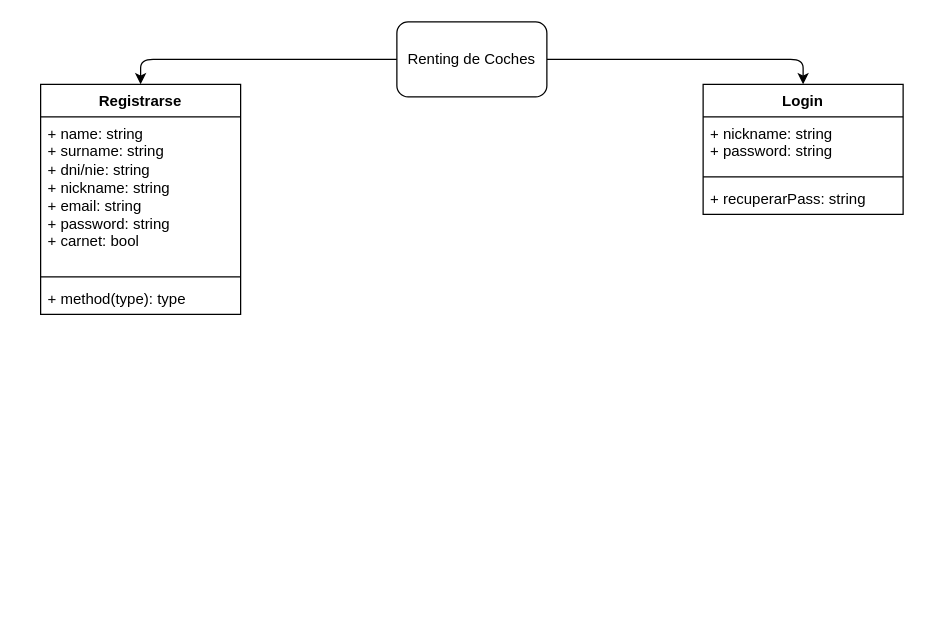
Above: UML.drawio in AngelSalgado555/POO_AngelS (draw.io), before the change. Source tidied: cells renumbered, new cells numbered last; positions are measured from the earlier drawing's top-left corner, leaving out a move shared by most shapes. Both pictures are drawn from the tidied source at 125%, with x=0, y=0 at pixel (40, 21).
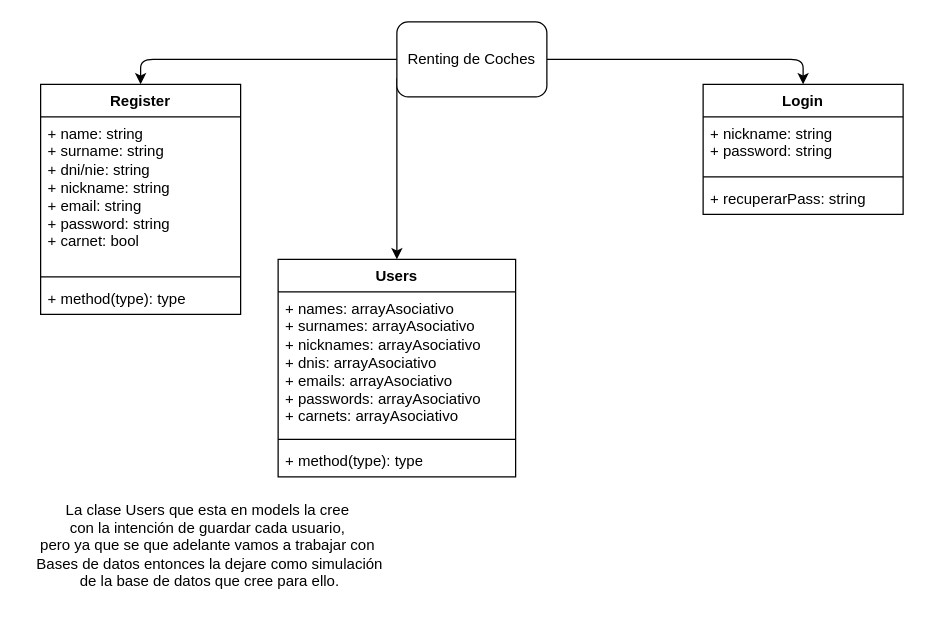
The same page after the edit.

Commit message (it also covers changes not shown here):
Vamos completando cosas

Unchanged cells that the change refers to:
```xml
<mxCell id="4" value="Renting de Coches" style="rounded=1;whiteSpace=wrap;html=1;" parent="1" vertex="1">
  <mxGeometry x="285" width="120" height="60" as="geometry" />
</mxCell>
```

Diff of the diagram source:
```diff
@@
+    <mxCell id="13" style="edgeStyle=none;html=1;entryX=0.5;entryY=0;entryDx=0;entryDy=0;exitX=0;exitY=0.75;exitDx=0;exitDy=0;" parent="1" edge="1" source="4" target="15">
+      <mxGeometry relative="1" as="geometry" />
+    </mxCell>
@@
-    <mxCell id="5" value="Registrarse" style="swimlane;fontStyle=1;align=center;verticalAlign=top;horizontal=1;startSize=26;whiteSpace=wrap;html=1;" parent="1" vertex="1">
+    <mxCell id="5" value="Register" style="swimlane;fontStyle=1;align=center;verticalAlign=top;horizontal=1;startSize=26;whiteSpace=wrap;html=1;" parent="1" vertex="1">
       <mxGeometry y="50" width="160" height="184" as="geometry" />
     </mxCell>
@@
+    <mxCell id="14" value="La clase Users que esta en models la cree&amp;nbsp;&lt;div&gt;con la intención de guardar cada usuario,&amp;nbsp;&lt;/div&gt;&lt;div&gt;pero ya que se que adelante vamos a trabajar con&amp;nbsp;&lt;/div&gt;&lt;div&gt;Bases de datos entonces la dejare como simulación&lt;/div&gt;&lt;div&gt;de la base de datos que cree para ello.&lt;/div&gt;" style="text;html=1;align=center;verticalAlign=middle;strokeColor=none;fillColor=none;" parent="1" vertex="1">
+      <mxGeometry x="-15" y="374" width="300" height="90" as="geometry" />
+    </mxCell>
+    <mxCell id="15" value="Users" style="swimlane;fontStyle=1;align=center;verticalAlign=top;horizontal=1;startSize=26;whiteSpace=wrap;html=1;" parent="1" vertex="1">
+      <mxGeometry x="190" y="190" width="190" height="174" as="geometry" />
+    </mxCell>
+    <mxCell id="16" value="+ names: arrayAsociativo&lt;div&gt;+ surnames: arrayAsociativo&lt;/div&gt;&lt;div&gt;+ nicknames: arrayAsociativo&lt;/div&gt;&lt;div&gt;+ dnis: arrayAsociativo&lt;/div&gt;&lt;div&gt;+ emails: arrayAsociativo&lt;/div&gt;&lt;div&gt;+ passwords: arrayAsociativo&lt;/div&gt;&lt;div&gt;+ carnets: arrayAsociativo&lt;/div&gt;&lt;div&gt;&lt;br&gt;&lt;/div&gt;" style="text;strokeColor=none;fillColor=none;align=left;verticalAlign=top;spacingLeft=4;spacingRight=4;overflow=hidden;whiteSpace=wrap;html=1;" parent="15" vertex="1">
+      <mxGeometry y="26" width="190" height="114" as="geometry" />
+    </mxCell>
+    <mxCell id="17" style="line;strokeWidth=1;fillColor=none;align=left;verticalAlign=middle;spacingTop=-1;spacingLeft=3;spacingRight=3;labelPosition=right;strokeColor=inherit;" parent="15" vertex="1">
+      <mxGeometry y="140" width="190" height="8" as="geometry" />
+    </mxCell>
+    <mxCell id="18" value="+ method(type): type" style="text;strokeColor=none;fillColor=none;align=left;verticalAlign=top;spacingLeft=4;spacingRight=4;overflow=hidden;whiteSpace=wrap;html=1;" parent="15" vertex="1">
+      <mxGeometry y="148" width="190" height="26" as="geometry" />
+    </mxCell>
```
